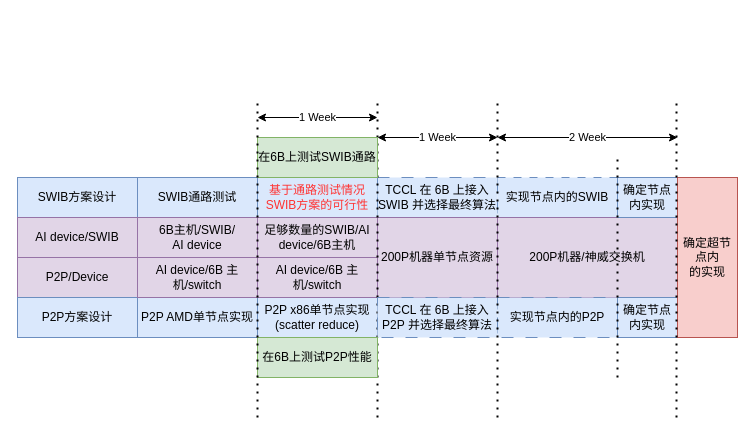
This is workplan.drawio from BEYHHH/SBLP, a draw.io file, before an edit. Source tidied: cells renumbered, new cells numbered last; positions are measured from the earlier drawing's top-left corner, leaving out a move shared by most shapes. Both pictures are drawn from the tidied source at 100%, with x=0, y=0 at pixel (17, 97).
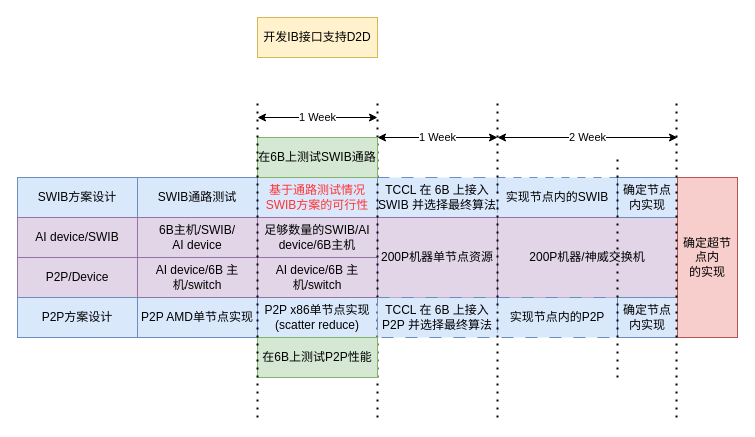
The same diagram, later.

What changed in the source:
```diff
@@
+    <mxCell id="33" value="开发IB接口支持D2D" style="rounded=0;whiteSpace=wrap;html=1;fillColor=#fff2cc;strokeColor=#d6b656;" parent="1" vertex="1">
+      <mxGeometry x="240" y="-80" width="120" height="40" as="geometry" />
+    </mxCell>
```
